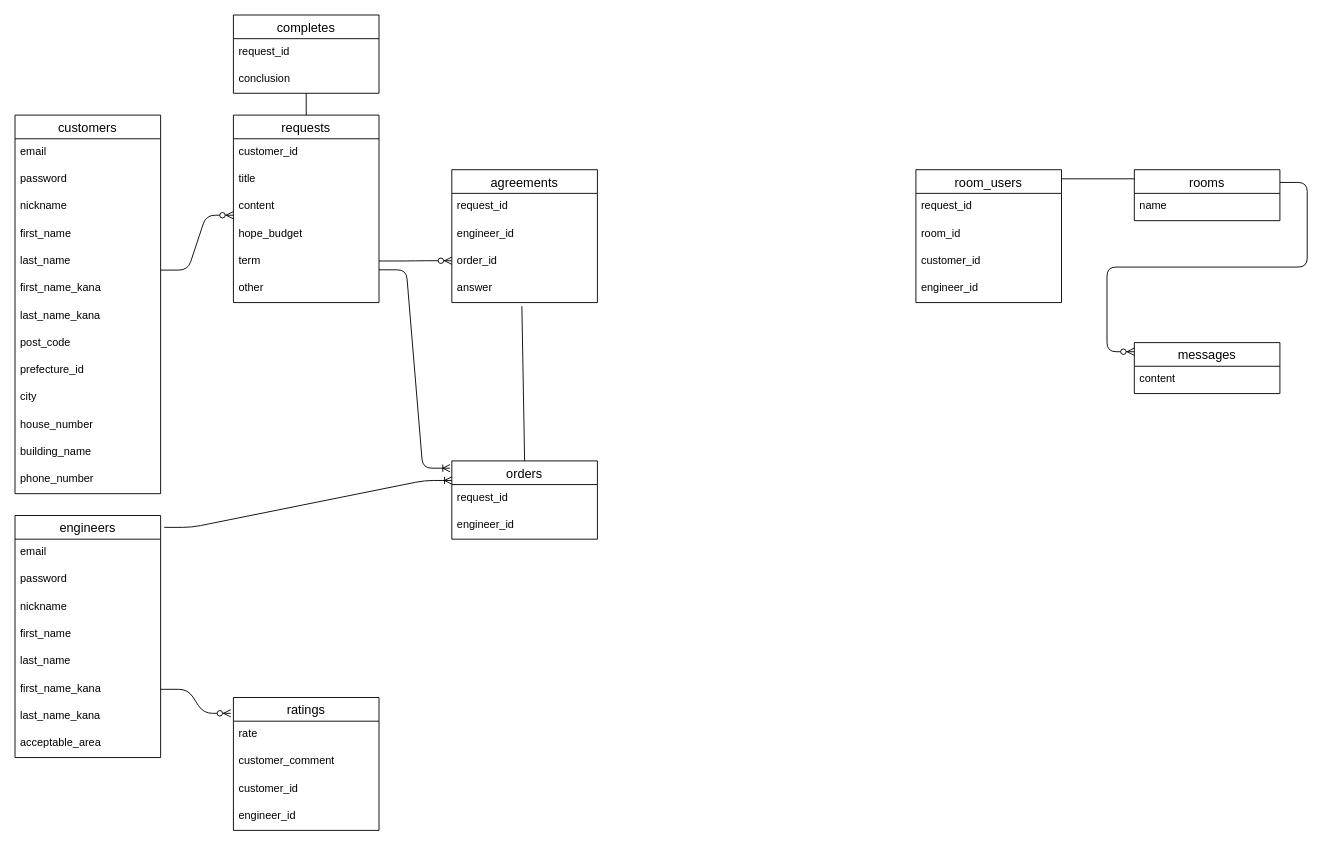
ikun2019/exece_bridge keeps this draw.io diagram as er.dio. Above is the earlier version. Source tidied: cells renumbered, new cells numbered last; positions are measured from the earlier drawing's top-left corner, leaving out a move shared by most shapes. Both pictures are drawn from the tidied source at 91%, with x=0, y=0 at pixel (15, 15).
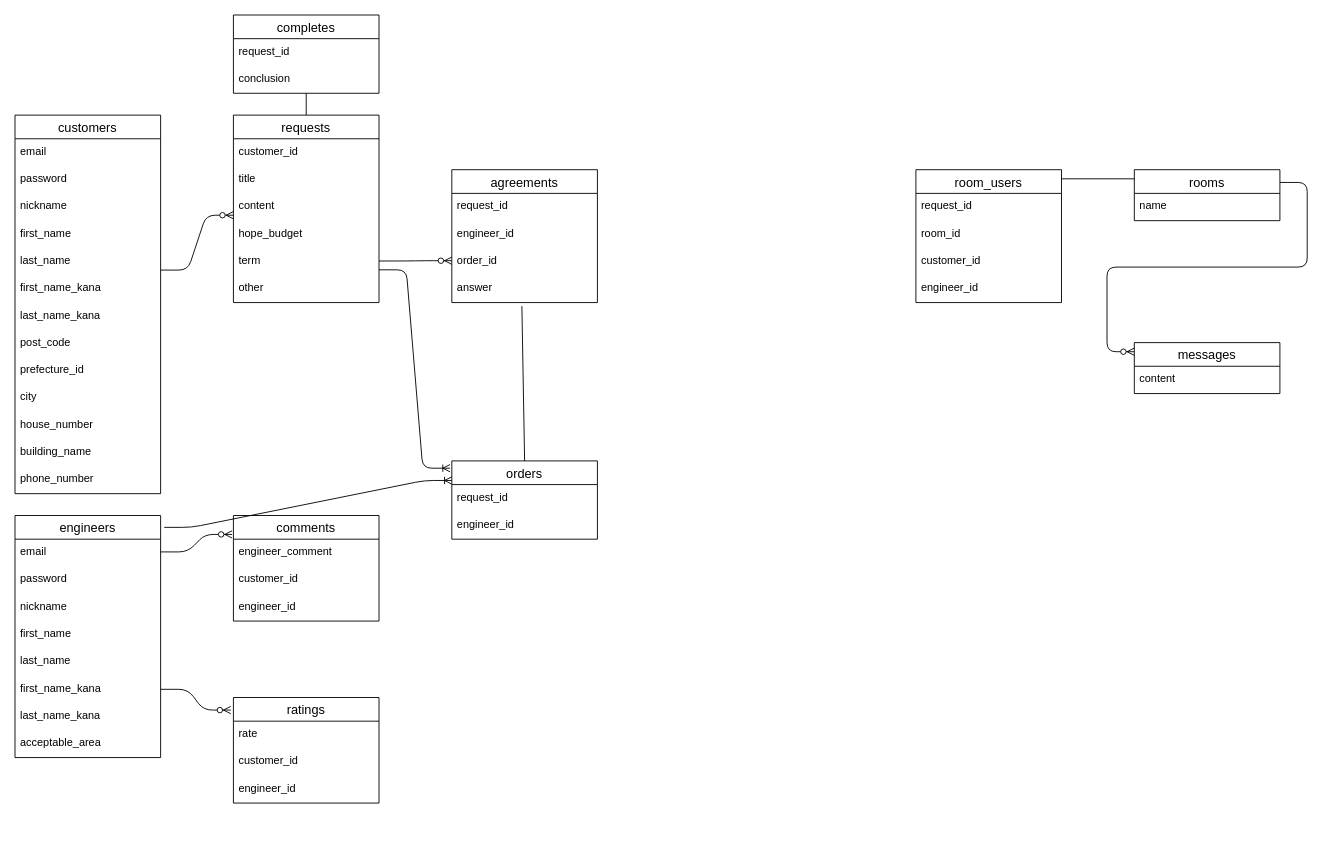
After the change.

The edit, as a diff of the source:
```diff
@@
     <mxCell id="25" value="ratings" style="swimlane;fontStyle=0;horizontal=1;startSize=26;align=center;fontSize=14;" parent="1" vertex="1">
-      <mxGeometry x="240" y="750" width="160" height="146" as="geometry" />
+      <mxGeometry x="240" y="750" width="160" height="116" as="geometry" />
     </mxCell>
@@
-    <mxCell id="27" value="customer_comment" style="text;strokeColor=none;fillColor=none;spacingLeft=4;spacingRight=4;overflow=hidden;fontSize=12;" parent="25" vertex="1">
-      <mxGeometry y="56" width="160" height="30" as="geometry" />
-    </mxCell>
     <mxCell id="28" value="customer_id" style="text;strokeColor=none;fillColor=none;spacingLeft=4;spacingRight=4;overflow=hidden;fontSize=12;" parent="25" vertex="1">
-      <mxGeometry y="86" width="160" height="30" as="geometry" />
+      <mxGeometry y="56" width="160" height="30" as="geometry" />
     </mxCell>
     <mxCell id="29" value="engineer_id" style="text;strokeColor=none;fillColor=none;spacingLeft=4;spacingRight=4;overflow=hidden;fontSize=12;" parent="25" vertex="1">
-      <mxGeometry y="116" width="160" height="30" as="geometry" />
+      <mxGeometry y="86" width="160" height="30" as="geometry" />
     </mxCell>
@@
+    <mxCell id="66" value="comments" style="swimlane;fontStyle=0;horizontal=1;startSize=26;align=center;fontSize=14;" parent="1" vertex="1">
+      <mxGeometry x="240" y="550" width="160" height="116" as="geometry" />
+    </mxCell>
+    <mxCell id="67" value="engineer_comment" style="text;strokeColor=none;fillColor=none;spacingLeft=4;spacingRight=4;overflow=hidden;fontSize=12;" parent="66" vertex="1">
+      <mxGeometry y="26" width="160" height="30" as="geometry" />
+    </mxCell>
+    <mxCell id="68" value="customer_id" style="text;strokeColor=none;fillColor=none;spacingLeft=4;spacingRight=4;overflow=hidden;fontSize=12;" parent="66" vertex="1">
+      <mxGeometry y="56" width="160" height="30" as="geometry" />
+    </mxCell>
+    <mxCell id="69" value="engineer_id" style="text;strokeColor=none;fillColor=none;spacingLeft=4;spacingRight=4;overflow=hidden;fontSize=12;" parent="66" vertex="1">
+      <mxGeometry y="86" width="160" height="30" as="geometry" />
+    </mxCell>
+    <mxCell id="70" style="edgeStyle=entityRelationEdgeStyle;fontSize=12;html=1;endArrow=ERzeroToMany;endFill=1;entryX=-0.009;entryY=0.179;entryDx=0;entryDy=0;entryPerimeter=0;" parent="1" edge="1" target="66">
+      <mxGeometry relative="1" as="geometry">
+        <mxPoint x="160" y="590" as="sourcePoint" />
+      </mxGeometry>
+    </mxCell>
```
